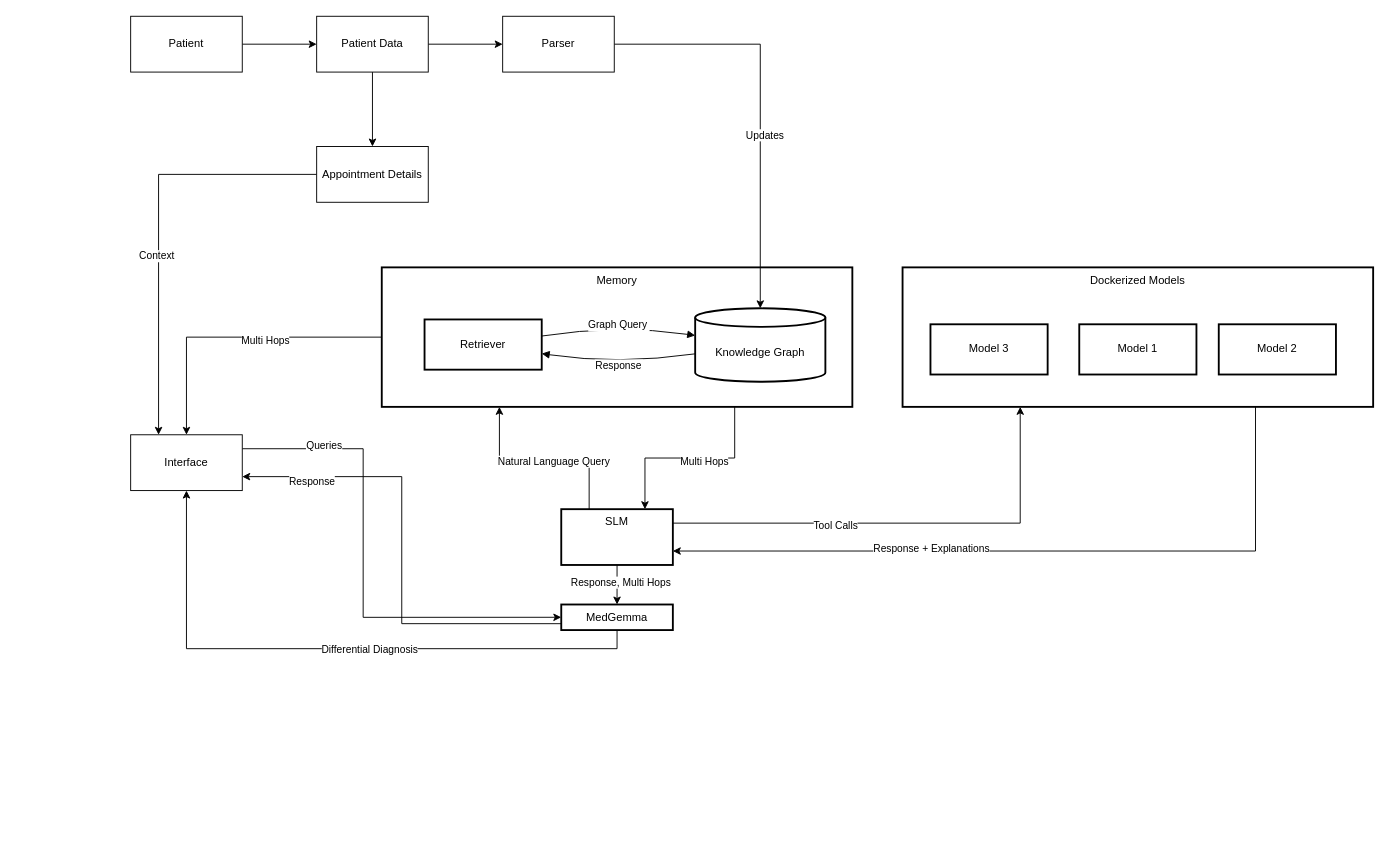
Earlier version of the draw.io diagram Med.drawio (IAteNoodles/MedGraph). Source tidied: cells renumbered, new cells numbered last; positions are measured from the earlier drawing's top-left corner, leaving out a move shared by most shapes. Both pictures are drawn from the tidied source at 93%, with x=0, y=0 at pixel (130, 16).
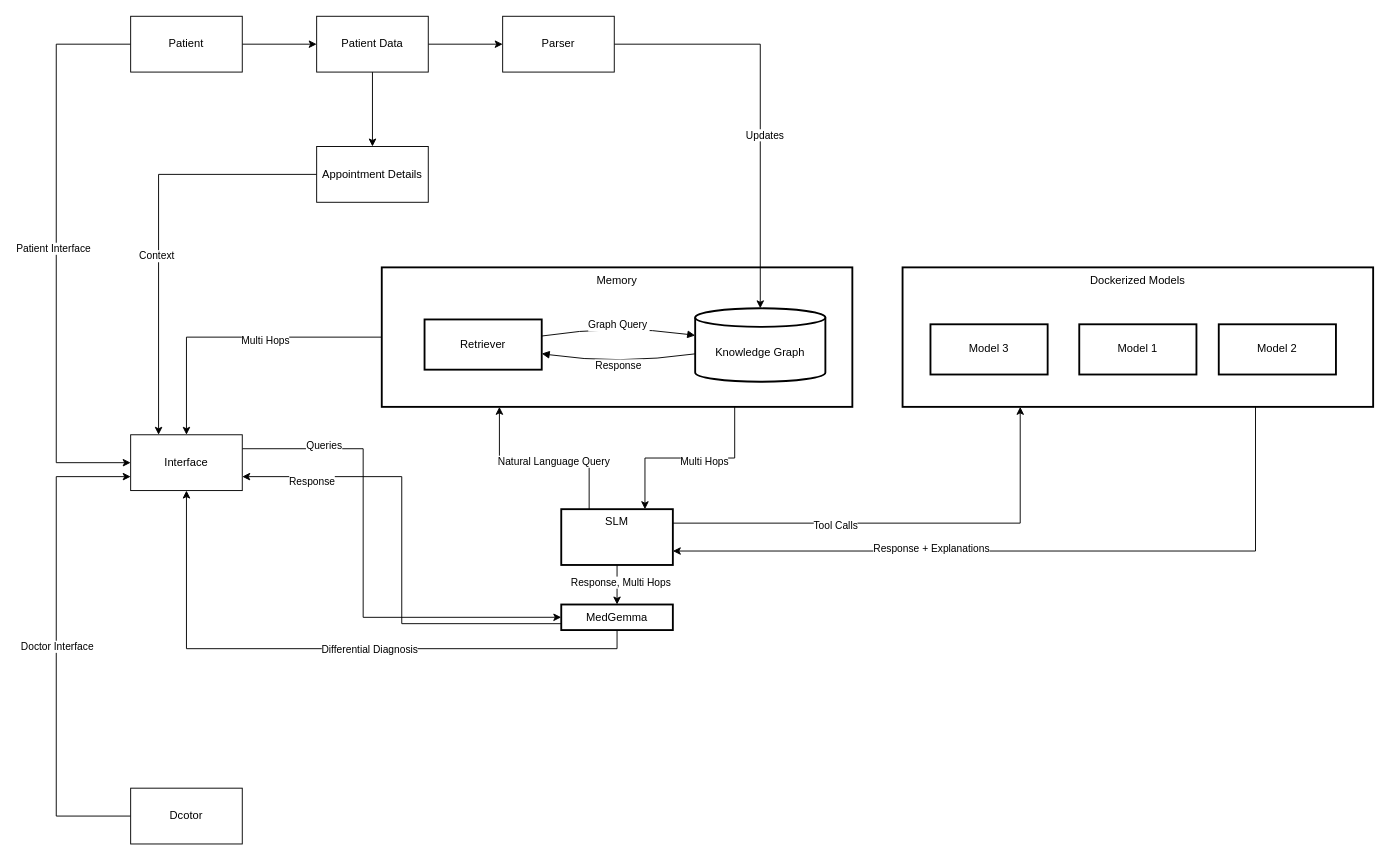
Above is the later version.

Unchanged cells that the change refers to:
```xml
<mxCell id="31" value="Interface" style="rounded=0;whiteSpace=wrap;html=1;" parent="1" vertex="1">
  <mxGeometry y="450" width="120" height="60" as="geometry" />
</mxCell>
<mxCell id="33" value="Patient" style="rounded=0;whiteSpace=wrap;html=1;" parent="1" vertex="1">
  <mxGeometry width="120" height="60" as="geometry" />
</mxCell>
```

Change to the diagram source:
```diff
@@
+    <mxCell id="43" style="edgeStyle=orthogonalEdgeStyle;rounded=0;jettySize=auto;html=1;exitX=0;exitY=0.5;exitDx=0;exitDy=0;entryX=0;entryY=0.5;entryDx=0;entryDy=0;" parent="1" edge="1" source="33" target="31">
+      <mxGeometry relative="1" as="geometry">
+        <Array as="points">
+          <mxPoint x="-80" y="30" />
+          <mxPoint x="-80" y="480" />
+        </Array>
+      </mxGeometry>
+    </mxCell>
+    <mxCell id="44" value="Patient Interface" style="edgeLabel;html=1;align=center;verticalAlign=middle;" parent="43" vertex="1">
+      <mxGeometry x="-0.02" y="-4" relative="1" as="geometry" />
+    </mxCell>
@@
+    <mxCell id="45" style="edgeStyle=orthogonalEdgeStyle;rounded=0;jettySize=auto;html=1;exitX=0;exitY=0.5;exitDx=0;exitDy=0;entryX=0;entryY=0.75;entryDx=0;entryDy=0;" parent="1" edge="1" source="47" target="31">
+      <mxGeometry relative="1" as="geometry">
+        <Array as="points">
+          <mxPoint x="-80" y="860" />
+          <mxPoint x="-80" y="495" />
+        </Array>
+      </mxGeometry>
+    </mxCell>
+    <mxCell id="46" value="Doctor Interface" style="edgeLabel;html=1;align=center;verticalAlign=middle;" parent="45" vertex="1">
+      <mxGeometry relative="1" as="geometry" />
+    </mxCell>
+    <mxCell id="47" value="Dcotor" style="rounded=0;whiteSpace=wrap;html=1;" parent="1" vertex="1">
+      <mxGeometry y="830" width="120" height="60" as="geometry" />
+    </mxCell>
```
